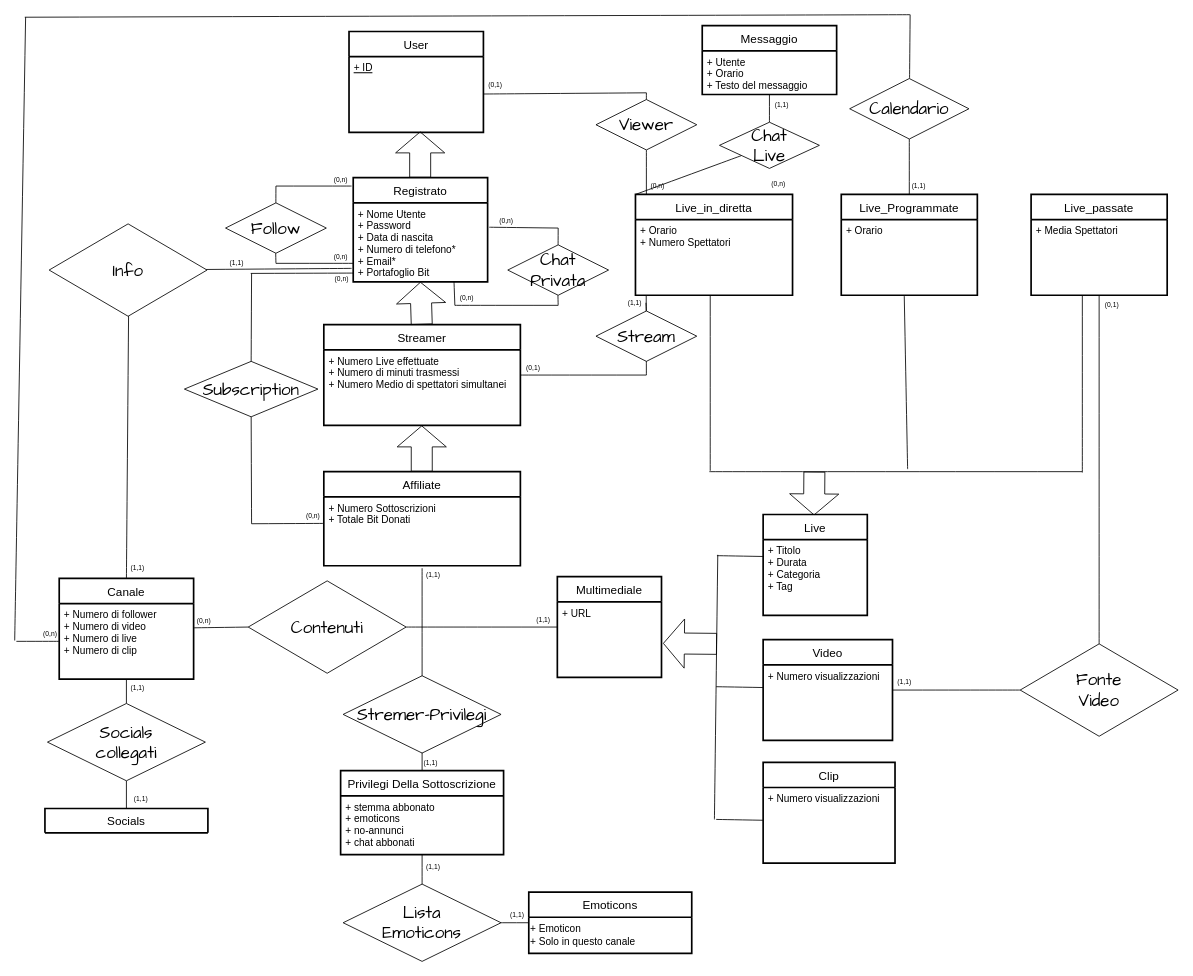
Earlier version of the draw.io diagram DB/Progetto/Iniziale.drawio (lucrezio0987/Unito-GLPS). Source tidied: cells renumbered, new cells numbered last; positions are measured from the earlier drawing's top-left corner, leaving out a move shared by most shapes. Both pictures are drawn from the tidied source at 84%, with x=0, y=0 at pixel (14, 14).
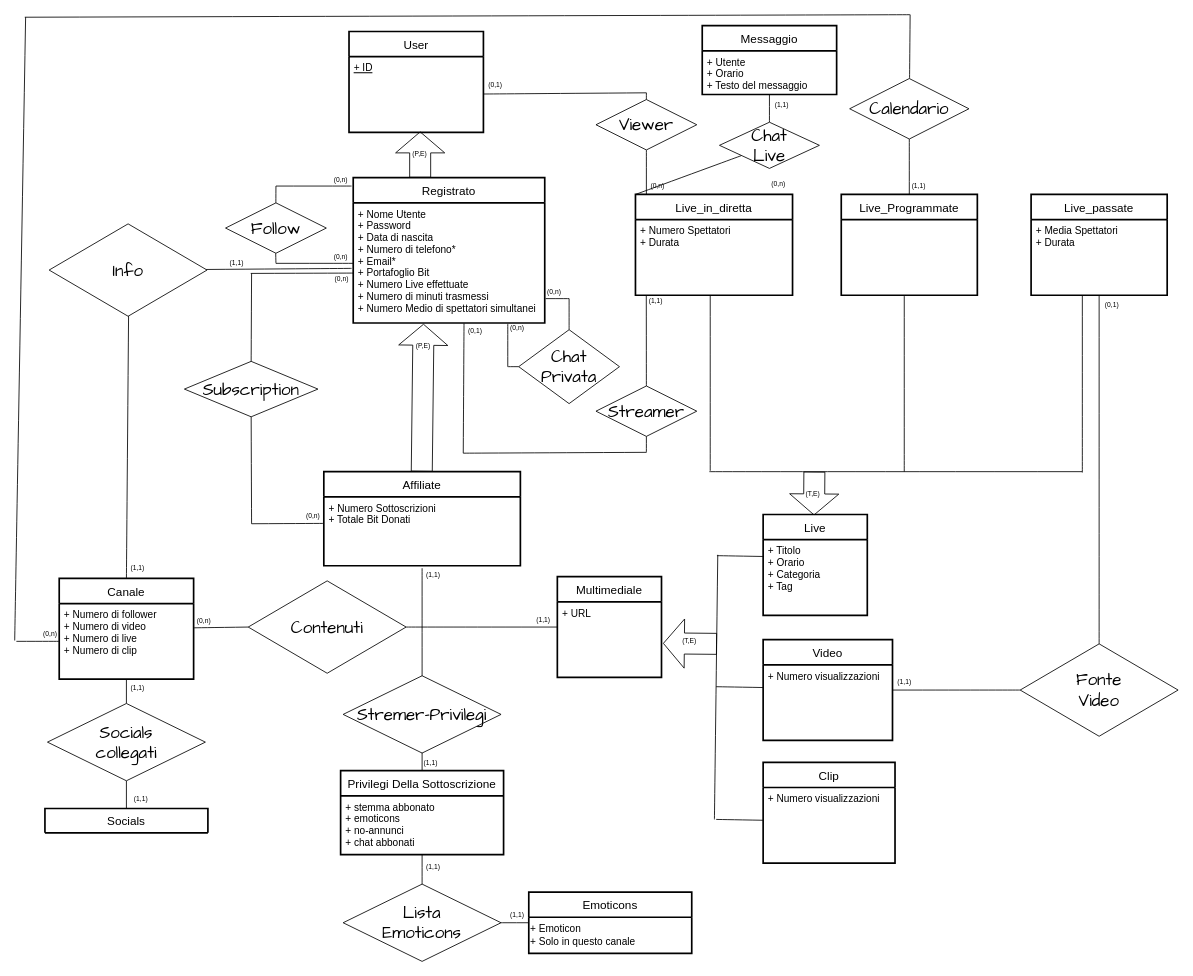
Above is the later version.

The change refers to these unchanged cells:
```xml
<mxCell id="21" value="Live_in_diretta" style="swimlane;horizontal=1;startSize=30;rounded=0;fontSize=14;fontStyle=0;strokeWidth=2;shadow=0;dashed=0;align=center;labelBackgroundColor=none;" parent="1" vertex="1">
  <mxGeometry x="739" y="214" width="187" height="120" as="geometry" />
</mxCell>
<mxCell id="23" value="Live" style="swimlane;horizontal=1;startSize=30;rounded=0;fontSize=14;fontStyle=0;strokeWidth=2;shadow=0;dashed=0;align=center;labelBackgroundColor=none;" parent="1" vertex="1">
  <mxGeometry x="891" y="595" width="124" height="120" as="geometry" />
</mxCell>
<mxCell id="27" value="Live_Programmate" style="swimlane;horizontal=1;startSize=30;rounded=0;fontSize=14;fontStyle=0;strokeWidth=2;shadow=0;dashed=0;align=center;labelBackgroundColor=none;" parent="1" vertex="1">
  <mxGeometry x="984" y="214" width="162" height="120" as="geometry" />
</mxCell>
<mxCell id="56" value="Live_passate" style="swimlane;horizontal=1;startSize=30;rounded=0;fontSize=14;fontStyle=0;strokeWidth=2;shadow=0;dashed=0;align=center;labelBackgroundColor=none;" parent="1" vertex="1">
  <mxGeometry x="1210" y="214" width="162" height="120" as="geometry" />
</mxCell>
```

Diff of the diagram source:
```diff
@@
-    <mxCell id="4" style="edgeStyle=none;curved=1;jettySize=auto;html=1;fontSize=12;endArrow=none;endFill=0;startSize=8;endSize=8;" parent="1" edge="1" source="5">
+    <mxCell id="4" style="edgeStyle=none;curved=1;orthogonalLoop=1;jettySize=auto;html=1;fontSize=12;endArrow=none;endFill=0;startSize=8;endSize=8;" parent="1" edge="1">
       <mxGeometry relative="1" as="geometry">
-        <mxPoint x="752" y="429" as="targetPoint" />
+        <mxPoint x="534" y="522" as="sourcePoint" />
+        <mxPoint x="752" y="521" as="targetPoint" />
       </mxGeometry>
     </mxCell>
-    <mxCell id="5" value="Streamer" style="swimlane;horizontal=1;startSize=30;rounded=0;fontSize=14;fontStyle=0;strokeWidth=2;shadow=0;dashed=0;align=center;labelBackgroundColor=none;" parent="1" vertex="1">
-      <mxGeometry x="368" y="369" width="234" height="120" as="geometry" />
-    </mxCell>
-    <mxCell id="6" value="+ Numero Live effettuate&#10;+ Numero di minuti trasmessi&#10;+ Numero Medio di spettatori simultanei&#10;" style="align=left;strokeColor=none;fillColor=none;spacingLeft=4;fontSize=12;verticalAlign=top;rounded=0;labelBackgroundColor=none;" parent="5" vertex="1">
-      <mxGeometry y="30" width="234" height="90" as="geometry" />
-    </mxCell>
-    <mxCell id="7" style="shape=flexArrow;endArrow=classic;html=1;rounded=0;fontSize=12;startSize=8;endSize=8;curved=1;endWidth=32.5;width=25;labelBackgroundColor=none;fontColor=default;entryX=0.5;entryY=1;entryDx=0;entryDy=0;" parent="1" edge="1" target="11">
-      <mxGeometry relative="1" as="geometry">
-        <mxPoint x="484.6" y="369" as="sourcePoint" />
-      </mxGeometry>
-    </mxCell>
@@
     <mxCell id="10" value="Registrato" style="swimlane;horizontal=1;startSize=30;rounded=0;fontSize=14;fontStyle=0;strokeWidth=2;shadow=0;dashed=0;align=center;labelBackgroundColor=none;" parent="1" vertex="1">
-      <mxGeometry x="403" y="194" width="160" height="124" as="geometry" />
+      <mxGeometry x="403" y="194" width="228" height="173" as="geometry" />
     </mxCell>
-    <mxCell id="11" value="+ Nome Utente&#10;+ Password&#10;+ Data di nascita&#10;+ Numero di telefono*&#10;+ Email*&#10;+ Portafoglio Bit" style="align=left;strokeColor=none;fillColor=none;spacingLeft=4;fontSize=12;verticalAlign=top;rounded=0;labelBackgroundColor=none;" parent="10" vertex="1">
-      <mxGeometry y="30" width="160" height="94" as="geometry" />
+    <mxCell id="11" value="+ Nome Utente&#10;+ Password&#10;+ Data di nascita&#10;+ Numero di telefono*&#10;+ Email*&#10;+ Portafoglio Bit&#10;+ Numero Live effettuate&#10;+ Numero di minuti trasmessi&#10;+ Numero Medio di spettatori simultanei&#10;" style="align=left;strokeColor=none;fillColor=none;spacingLeft=4;fontSize=12;verticalAlign=top;rounded=0;labelBackgroundColor=none;" parent="10" vertex="1">
+      <mxGeometry y="30" width="228" height="143" as="geometry" />
     </mxCell>
@@
-    <mxCell id="13" style="endArrow=none;html=1;fontSize=12;startSize=8;endSize=8;curved=1;" parent="1" edge="1">
-      <mxGeometry relative="1" as="geometry">
-        <mxPoint x="752" y="429" as="sourcePoint" />
-        <mxPoint x="751.8" y="334" as="targetPoint" />
-      </mxGeometry>
-    </mxCell>
@@
-    <mxCell id="20" value="Stream" style="shape=rhombus;perimeter=rhombusPerimeter;whiteSpace=wrap;html=1;align=center;hachureGap=4;fontFamily=Architects Daughter;fontSize=20;labelBackgroundColor=none;rounded=0;" parent="1" vertex="1">
-      <mxGeometry x="692" y="352.7" width="120" height="60" as="geometry" />
+    <mxCell id="20" value="Streamer" style="shape=rhombus;perimeter=rhombusPerimeter;whiteSpace=wrap;html=1;align=center;hachureGap=4;fontFamily=Architects Daughter;fontSize=20;labelBackgroundColor=none;rounded=0;" parent="1" vertex="1">
+      <mxGeometry x="692" y="442" width="120" height="60" as="geometry" />
     </mxCell>
@@
-    <mxCell id="22" value="+ Orario&#10;+ Numero Spettatori" style="align=left;strokeColor=none;fillColor=none;spacingLeft=4;fontSize=12;verticalAlign=top;rounded=0;labelBackgroundColor=none;" parent="21" vertex="1">
+    <mxCell id="22" value="+ Numero Spettatori&#10;+ Durata" style="align=left;strokeColor=none;fillColor=none;spacingLeft=4;fontSize=12;verticalAlign=top;rounded=0;labelBackgroundColor=none;" parent="21" vertex="1">
       <mxGeometry y="30" width="187" height="90" as="geometry" />
     </mxCell>
@@
-    <mxCell id="24" value="+ Titolo&#10;+ Durata&#10;+ Categoria&#10;+ Tag" style="align=left;strokeColor=none;fillColor=none;spacingLeft=4;fontSize=12;verticalAlign=top;rounded=0;labelBackgroundColor=none;" parent="23" vertex="1">
+    <mxCell id="24" value="+ Titolo&#10;+ Orario&#10;+ Categoria&#10;+ Tag" style="align=left;strokeColor=none;fillColor=none;spacingLeft=4;fontSize=12;verticalAlign=top;rounded=0;labelBackgroundColor=none;" parent="23" vertex="1">
       <mxGeometry y="30" width="124" height="90" as="geometry" />
     </mxCell>
@@
-    <mxCell id="28" value="+ Orario" style="align=left;strokeColor=none;fillColor=none;spacingLeft=4;fontSize=12;verticalAlign=top;rounded=0;labelBackgroundColor=none;" parent="27" vertex="1">
-      <mxGeometry y="30" width="162" height="90" as="geometry" />
-    </mxCell>
@@
     <mxCell id="30" style="endArrow=none;html=1;fontSize=12;startSize=8;endSize=8;curved=1;" parent="1" edge="1">
       <mxGeometry relative="1" as="geometry">
-        <mxPoint x="1063" y="541" as="sourcePoint" />
+        <mxPoint x="1059" y="544" as="sourcePoint" />
         <mxPoint x="1059" y="335" as="targetPoint" />
       </mxGeometry>
     </mxCell>
-    <mxCell id="31" style="endArrow=none;html=1;fontSize=12;startSize=8;endSize=8;curved=1;exitX=0.5;exitY=0;exitDx=0;exitDy=0;entryX=0.067;entryY=1.014;entryDx=0;entryDy=0;entryPerimeter=0;" parent="1" edge="1" source="20">
-      <mxGeometry relative="1" as="geometry">
-        <mxPoint x="751.5" y="343" as="targetPoint" />
-      </mxGeometry>
+    <mxCell id="31" style="endArrow=none;html=1;fontSize=12;startSize=8;endSize=8;curved=1;exitX=0.5;exitY=0;exitDx=0;exitDy=0;entryX=0.069;entryY=1.007;entryDx=0;entryDy=0;entryPerimeter=0;" parent="1" edge="1" source="20" target="22">
+      <mxGeometry relative="1" as="geometry" />
     </mxCell>
@@
-    <mxCell id="57" value="+ Media Spettatori" style="align=left;strokeColor=none;fillColor=none;spacingLeft=4;fontSize=12;verticalAlign=top;rounded=0;labelBackgroundColor=none;" parent="56" vertex="1">
+    <mxCell id="57" value="+ Media Spettatori&#10;+ Durata" style="align=left;strokeColor=none;fillColor=none;spacingLeft=4;fontSize=12;verticalAlign=top;rounded=0;labelBackgroundColor=none;" parent="56" vertex="1">
       <mxGeometry y="30" width="162" height="90" as="geometry" />
     </mxCell>
@@
     <mxCell id="76" value="Chat&lt;br&gt;Privata" style="shape=rhombus;perimeter=rhombusPerimeter;whiteSpace=wrap;html=1;align=center;hachureGap=4;fontFamily=Architects Daughter;fontSize=20;labelBackgroundColor=none;rounded=0;" parent="1" vertex="1">
-      <mxGeometry x="587" y="274" width="120" height="60" as="geometry" />
+      <mxGeometry x="600" y="375" width="120" height="88" as="geometry" />
     </mxCell>
-    <mxCell id="77" style="endArrow=none;html=1;fontSize=12;startSize=8;endSize=8;curved=1;" parent="1" edge="1">
-      <mxGeometry relative="1" as="geometry">
-        <mxPoint x="646.9" y="274" as="sourcePoint" />
-        <mxPoint x="647" y="254" as="targetPoint" />
-      </mxGeometry>
-    </mxCell>
-    <mxCell id="78" style="endArrow=none;html=1;fontSize=12;startSize=8;endSize=8;curved=1;" parent="1" edge="1">
-      <mxGeometry relative="1" as="geometry">
-        <mxPoint x="647" y="346" as="sourcePoint" />
-        <mxPoint x="646.7" y="334" as="targetPoint" />
-      </mxGeometry>
-    </mxCell>
-    <mxCell id="79" style="endArrow=none;html=1;fontSize=12;startSize=8;endSize=8;curved=1;" parent="1" edge="1">
-      <mxGeometry relative="1" as="geometry">
-        <mxPoint x="565" y="253" as="sourcePoint" />
-        <mxPoint x="647" y="254" as="targetPoint" />
-      </mxGeometry>
-    </mxCell>
-    <mxCell id="80" style="endArrow=none;html=1;fontSize=12;startSize=8;endSize=8;curved=1;" parent="1" edge="1">
+    <mxCell id="80" style="endArrow=none;html=1;fontSize=12;startSize=8;endSize=8;curved=1;entryX=0;entryY=0.5;entryDx=0;entryDy=0;" parent="1" edge="1" target="76">
       <mxGeometry relative="1" as="geometry">
-        <mxPoint x="524" y="346" as="sourcePoint" />
-        <mxPoint x="647" y="346" as="targetPoint" />
+        <mxPoint x="587" y="419" as="sourcePoint" />
       </mxGeometry>
     </mxCell>
-    <mxCell id="81" style="edgeStyle=none;curved=1;jettySize=auto;html=1;exitX=0.75;exitY=1;exitDx=0;exitDy=0;fontSize=12;endArrow=none;endFill=0;startSize=8;endSize=8;" parent="1" edge="1" source="11">
-      <mxGeometry relative="1" as="geometry">
-        <mxPoint x="524" y="346" as="targetPoint" />
-      </mxGeometry>
-    </mxCell>
@@
-    <mxCell id="89" style="shape=flexArrow;endArrow=classic;html=1;rounded=0;fontSize=12;startSize=8;endSize=8;curved=1;endWidth=32.5;width=25;labelBackgroundColor=none;fontColor=default;" parent="1" edge="1">
+    <mxCell id="89" style="shape=flexArrow;endArrow=classic;html=1;rounded=0;fontSize=12;startSize=8;endSize=8;curved=1;endWidth=32.5;width=25;labelBackgroundColor=none;fontColor=default;entryX=0.367;entryY=1.007;entryDx=0;entryDy=0;entryPerimeter=0;" parent="1" edge="1" target="11">
       <mxGeometry relative="1" as="geometry">
         <mxPoint x="484.6" y="544" as="sourcePoint" />
-        <mxPoint x="484.6" y="489" as="targetPoint" />
       </mxGeometry>
     </mxCell>
@@
     <mxCell id="96" value="&lt;font style=&quot;font-size: 8px;&quot;&gt;(0,n)&lt;/font&gt;" style="text;html=1;align=center;verticalAlign=middle;strokeColor=none;fillColor=none;" parent="1" vertex="1">
-      <mxGeometry x="521" y="323" width="34" height="26" as="geometry" />
+      <mxGeometry x="581" y="359" width="34" height="26" as="geometry" />
     </mxCell>
     <mxCell id="97" value="&lt;font style=&quot;font-size: 8px;&quot;&gt;(0,n)&lt;/font&gt;" style="text;html=1;align=center;verticalAlign=middle;strokeColor=none;fillColor=none;" parent="1" vertex="1">
-      <mxGeometry x="568" y="231" width="34" height="26" as="geometry" />
+      <mxGeometry x="625" y="316" width="34" height="26" as="geometry" />
     </mxCell>
@@
     <mxCell id="104" value="&lt;font style=&quot;font-size: 8px;&quot;&gt;(0,1)&lt;/font&gt;" style="text;html=1;align=center;verticalAlign=middle;strokeColor=none;fillColor=none;" parent="1" vertex="1">
-      <mxGeometry x="600" y="406" width="34" height="26" as="geometry" />
+      <mxGeometry x="531" y="363" width="34" height="26" as="geometry" />
     </mxCell>
     <mxCell id="105" value="&lt;font style=&quot;font-size: 8px;&quot;&gt;(1,1)&lt;/font&gt;" style="text;html=1;align=center;verticalAlign=middle;strokeColor=none;fillColor=none;" parent="1" vertex="1">
-      <mxGeometry x="721" y="329" width="34" height="26" as="geometry" />
+      <mxGeometry x="746" y="327" width="34" height="26" as="geometry" />
     </mxCell>
@@
+    <mxCell id="123" value="&lt;font style=&quot;font-size: 8px;&quot;&gt;(P,E)&lt;/font&gt;" style="text;html=1;align=center;verticalAlign=middle;strokeColor=none;fillColor=none;" parent="1" vertex="1">
+      <mxGeometry x="464.5" y="152" width="35" height="26" as="geometry" />
+    </mxCell>
+    <mxCell id="124" value="&lt;font style=&quot;font-size: 8px;&quot;&gt;(P,E)&lt;/font&gt;" style="text;html=1;align=center;verticalAlign=middle;strokeColor=none;fillColor=none;" parent="1" vertex="1">
+      <mxGeometry x="468" y="380" width="35" height="26" as="geometry" />
+    </mxCell>
+    <mxCell id="125" style="edgeStyle=none;curved=1;orthogonalLoop=1;jettySize=auto;html=1;fontSize=12;endArrow=none;endFill=0;startSize=8;endSize=8;" parent="1" edge="1">
+      <mxGeometry relative="1" as="geometry">
+        <mxPoint x="660" y="338" as="sourcePoint" />
+        <mxPoint x="632" y="338" as="targetPoint" />
+      </mxGeometry>
+    </mxCell>
+    <mxCell id="126" style="edgeStyle=none;curved=1;orthogonalLoop=1;jettySize=auto;html=1;exitX=0.798;exitY=1.004;exitDx=0;exitDy=0;fontSize=12;endArrow=none;endFill=0;startSize=8;endSize=8;exitPerimeter=0;" parent="1" edge="1">
+      <mxGeometry relative="1" as="geometry">
+        <mxPoint x="534.9" y="367.6" as="sourcePoint" />
+        <mxPoint x="534" y="522" as="targetPoint" />
+      </mxGeometry>
+    </mxCell>
+    <mxCell id="127" style="edgeStyle=none;curved=1;orthogonalLoop=1;jettySize=auto;html=1;fontSize=12;endArrow=none;endFill=0;startSize=8;endSize=8;" parent="1" edge="1">
+      <mxGeometry relative="1" as="geometry">
+        <mxPoint x="587" y="368" as="sourcePoint" />
+        <mxPoint x="587" y="419" as="targetPoint" />
+      </mxGeometry>
+    </mxCell>
+    <mxCell id="128" style="edgeStyle=none;curved=1;jettySize=auto;html=1;fontSize=12;endArrow=none;endFill=0;startSize=8;endSize=8;entryX=0.5;entryY=1;entryDx=0;entryDy=0;" parent="1" edge="1" target="20">
+      <mxGeometry relative="1" as="geometry">
+        <mxPoint x="752" y="521" as="sourcePoint" />
+      </mxGeometry>
+    </mxCell>
+    <mxCell id="129" style="edgeStyle=none;curved=1;jettySize=auto;html=1;exitX=0.5;exitY=0;exitDx=0;exitDy=0;fontSize=12;endArrow=none;endFill=0;startSize=8;endSize=8;" parent="1" edge="1" source="76">
+      <mxGeometry relative="1" as="geometry">
+        <mxPoint x="660" y="338" as="targetPoint" />
+      </mxGeometry>
+    </mxCell>
+    <mxCell id="130" value="&lt;font style=&quot;font-size: 8px;&quot;&gt;(T,E)&lt;/font&gt;" style="text;html=1;align=center;verticalAlign=middle;strokeColor=none;fillColor=none;" parent="1" vertex="1">
+      <mxGeometry x="785" y="732" width="35" height="26" as="geometry" />
+    </mxCell>
+    <mxCell id="131" value="&lt;font style=&quot;font-size: 8px;&quot;&gt;(T,E)&lt;/font&gt;" style="text;html=1;align=center;verticalAlign=middle;strokeColor=none;fillColor=none;" parent="1" vertex="1">
+      <mxGeometry x="932" y="557" width="35" height="26" as="geometry" />
+    </mxCell>
```
